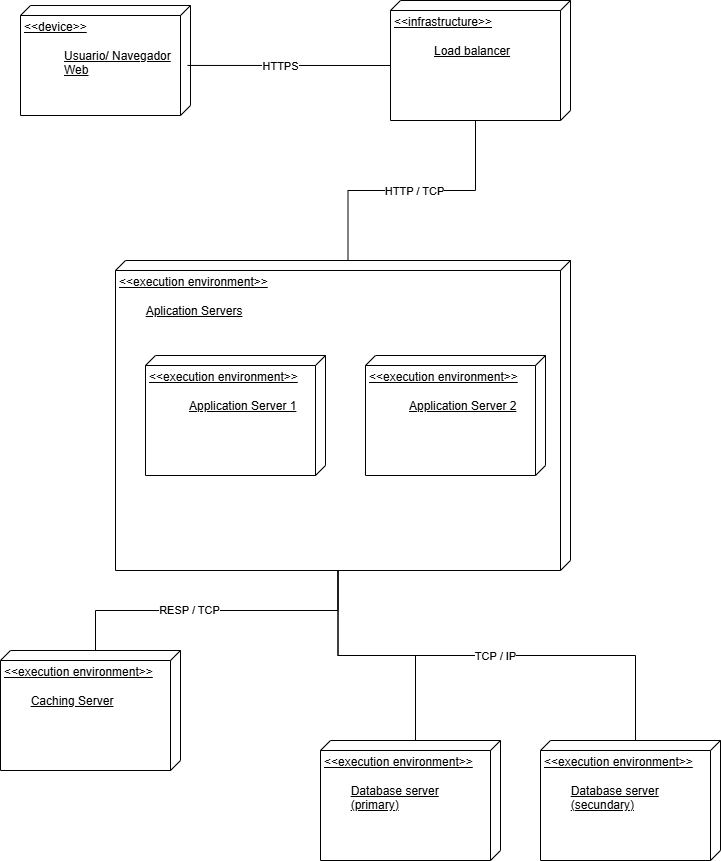
Before: pruebas/prueba8/Fleet/Fleet deployment diagram.drawio.png, a diagram exported from draw.io (anderesor-star/pruebas). Source tidied: cells renumbered, new cells last; positions are measured from the earlier drawing's top-left corner, leaving out a move shared by most shapes. Its diagram source:
```xml
<mxGraphModel>
  <root>
    <mxCell id="0" />
    <mxCell id="1" parent="0" />
    <mxCell id="2" value="&amp;lt;&amp;lt;device&amp;gt;&amp;gt;&lt;div&gt;&lt;br&gt;&lt;/div&gt;&lt;blockquote style=&quot;margin: 0 0 0 40px; border: none; padding: 0px;&quot;&gt;&lt;div style=&quot;&quot;&gt;Usuario/ Navegador Web&lt;/div&gt;&lt;/blockquote&gt;" style="verticalAlign=top;align=left;spacingTop=8;spacingLeft=2;spacingRight=12;shape=cube;size=10;direction=south;fontStyle=4;html=1;whiteSpace=wrap;" parent="1" vertex="1">
      <mxGeometry x="20" y="5" width="170" height="110" as="geometry" />
    </mxCell>
    <mxCell id="3" value="&amp;lt;&amp;lt;infrastructure&amp;gt;&amp;gt;&lt;div&gt;&lt;br&gt;&lt;/div&gt;&lt;blockquote style=&quot;margin: 0 0 0 40px; border: none; padding: 0px;&quot;&gt;&lt;div&gt;Load balancer&lt;/div&gt;&lt;/blockquote&gt;" style="verticalAlign=top;align=left;spacingTop=8;spacingLeft=2;spacingRight=12;shape=cube;size=10;direction=south;fontStyle=4;html=1;whiteSpace=wrap;" parent="1" vertex="1">
      <mxGeometry x="390" width="180" height="120" as="geometry" />
    </mxCell>
    <mxCell id="4" style="edgeStyle=orthogonalEdgeStyle;rounded=0;jettySize=auto;html=1;exitX=0.545;exitY=0.018;exitDx=0;exitDy=0;exitPerimeter=0;entryX=0;entryY=0;entryDx=65;entryDy=180;entryPerimeter=0;endArrow=none;endFill=0;" parent="1" edge="1" source="2" target="3">
      <mxGeometry relative="1" as="geometry" />
    </mxCell>
    <mxCell id="5" value="HTTPS" style="edgeLabel;html=1;align=center;verticalAlign=middle;" parent="4" vertex="1">
      <mxGeometry x="-0.08" y="-1" relative="1" as="geometry" />
    </mxCell>
    <mxCell id="6" style="group;" parent="1" vertex="1">
      <mxGeometry x="115" y="260" width="455" height="310" as="geometry" />
    </mxCell>
    <mxCell id="7" value="&amp;lt;&amp;lt;execution environment&amp;gt;&amp;gt;&lt;div&gt;&lt;br&gt;&lt;/div&gt;&lt;div&gt;&lt;span style=&quot;white-space: pre;&quot;&gt;&#9;&lt;/span&gt;Aplication Servers&lt;br&gt;&lt;/div&gt;" style="verticalAlign=top;align=left;spacingTop=8;spacingLeft=2;spacingRight=12;shape=cube;size=10;direction=south;fontStyle=4;html=1;whiteSpace=wrap;" parent="6" vertex="1">
      <mxGeometry width="455" height="310" as="geometry" />
    </mxCell>
    <mxCell id="8" value="&amp;lt;&amp;lt;execution environment&amp;gt;&amp;gt;&lt;div&gt;&lt;br&gt;&lt;/div&gt;&lt;blockquote style=&quot;margin: 0 0 0 40px; border: none; padding: 0px;&quot;&gt;&lt;div&gt;Application Server 1&lt;/div&gt;&lt;/blockquote&gt;" style="verticalAlign=top;align=left;spacingTop=8;spacingLeft=2;spacingRight=12;shape=cube;size=10;direction=south;fontStyle=4;html=1;whiteSpace=wrap;" parent="6" vertex="1">
      <mxGeometry x="30" y="95" width="180" height="120" as="geometry" />
    </mxCell>
    <mxCell id="9" value="&amp;lt;&amp;lt;execution environment&amp;gt;&amp;gt;&lt;div&gt;&lt;br&gt;&lt;/div&gt;&lt;blockquote style=&quot;margin: 0 0 0 40px; border: none; padding: 0px;&quot;&gt;&lt;div&gt;Application Server 2&lt;/div&gt;&lt;/blockquote&gt;" style="verticalAlign=top;align=left;spacingTop=8;spacingLeft=2;spacingRight=12;shape=cube;size=10;direction=south;fontStyle=4;html=1;whiteSpace=wrap;" parent="6" vertex="1">
      <mxGeometry x="250" y="95" width="180" height="120" as="geometry" />
    </mxCell>
    <mxCell id="10" value="&amp;lt;&amp;lt;execution environment&amp;gt;&amp;gt;&lt;div&gt;&lt;br&gt;&lt;/div&gt;&lt;div&gt;&lt;span style=&quot;white-space: pre;&quot;&gt;&#9;&lt;/span&gt;&lt;span style=&quot;background-color: transparent; color: light-dark(rgb(0, 0, 0), rgb(255, 255, 255));&quot;&gt;Caching Server&lt;/span&gt;&lt;br&gt;&lt;/div&gt;" style="verticalAlign=top;align=left;spacingTop=8;spacingLeft=2;spacingRight=12;shape=cube;size=10;direction=south;fontStyle=4;html=1;whiteSpace=wrap;" parent="1" vertex="1">
      <mxGeometry y="650" width="180" height="120" as="geometry" />
    </mxCell>
    <mxCell id="11" value="&amp;lt;&amp;lt;execution environment&amp;gt;&amp;gt;&lt;div&gt;&lt;br&gt;&lt;/div&gt;&lt;div&gt;&lt;span style=&quot;white-space: pre;&quot;&gt;&#9;&lt;/span&gt;Database server&lt;br&gt;&lt;/div&gt;&lt;div&gt;&lt;span style=&quot;white-space: pre;&quot;&gt;&#9;&lt;/span&gt;(primary)&lt;br&gt;&lt;/div&gt;" style="verticalAlign=top;align=left;spacingTop=8;spacingLeft=2;spacingRight=12;shape=cube;size=10;direction=south;fontStyle=4;html=1;whiteSpace=wrap;" parent="1" vertex="1">
      <mxGeometry x="320" y="740" width="180" height="120" as="geometry" />
    </mxCell>
    <mxCell id="12" value="&amp;lt;&amp;lt;execution environment&amp;gt;&amp;gt;&lt;div&gt;&lt;br&gt;&lt;/div&gt;&lt;div&gt;&lt;span style=&quot;white-space: pre;&quot;&gt;&#9;&lt;/span&gt;Database server&lt;br&gt;&lt;/div&gt;&lt;div&gt;&lt;span style=&quot;white-space: pre;&quot;&gt;&#9;&lt;/span&gt;(secundary)&lt;br&gt;&lt;/div&gt;" style="verticalAlign=top;align=left;spacingTop=8;spacingLeft=2;spacingRight=12;shape=cube;size=10;direction=south;fontStyle=4;html=1;whiteSpace=wrap;" parent="1" vertex="1">
      <mxGeometry x="540" y="740" width="180" height="120" as="geometry" />
    </mxCell>
    <mxCell id="13" style="edgeStyle=orthogonalEdgeStyle;rounded=0;jettySize=auto;html=1;exitX=0;exitY=0;exitDx=310;exitDy=232.5;exitPerimeter=0;entryX=0;entryY=0;entryDx=0;entryDy=85;entryPerimeter=0;endArrow=none;endFill=0;" parent="1" edge="1" source="7" target="10">
      <mxGeometry relative="1" as="geometry" />
    </mxCell>
    <mxCell id="14" value="RESP / TCP" style="edgeLabel;html=1;align=center;verticalAlign=middle;" parent="13" vertex="1">
      <mxGeometry x="0.18" y="-1" relative="1" as="geometry">
        <mxPoint x="1" as="offset" />
      </mxGeometry>
    </mxCell>
    <mxCell id="15" style="edgeStyle=orthogonalEdgeStyle;rounded=0;jettySize=auto;html=1;exitX=0;exitY=0;exitDx=310;exitDy=232.5;exitPerimeter=0;entryX=0;entryY=0;entryDx=0;entryDy=85;entryPerimeter=0;endArrow=none;endFill=0;" parent="1" edge="1" source="7" target="11">
      <mxGeometry relative="1" as="geometry" />
    </mxCell>
    <mxCell id="16" style="edgeStyle=orthogonalEdgeStyle;rounded=0;jettySize=auto;html=1;exitX=0;exitY=0;exitDx=310;exitDy=232.5;exitPerimeter=0;entryX=0;entryY=0;entryDx=0;entryDy=85;entryPerimeter=0;endArrow=none;endFill=0;" parent="1" edge="1" source="7" target="12">
      <mxGeometry relative="1" as="geometry" />
    </mxCell>
    <mxCell id="17" value="TCP / IP" style="edgeLabel;html=1;align=center;verticalAlign=middle;" parent="16" vertex="1">
      <mxGeometry x="0.03" y="-2" relative="1" as="geometry">
        <mxPoint y="-2" as="offset" />
      </mxGeometry>
    </mxCell>
    <mxCell id="18" style="edgeStyle=orthogonalEdgeStyle;rounded=0;jettySize=auto;html=1;exitX=0;exitY=0;exitDx=120;exitDy=95;exitPerimeter=0;entryX=0;entryY=0;entryDx=0;entryDy=222.5;entryPerimeter=0;endArrow=none;endFill=0;" parent="1" edge="1" source="3" target="7">
      <mxGeometry relative="1" as="geometry" />
    </mxCell>
    <mxCell id="19" value="HTTP / TCP" style="edgeLabel;html=1;align=center;verticalAlign=middle;" parent="18" vertex="1">
      <mxGeometry x="-0.01" relative="1" as="geometry" />
    </mxCell>
  </root>
</mxGraphModel>
```
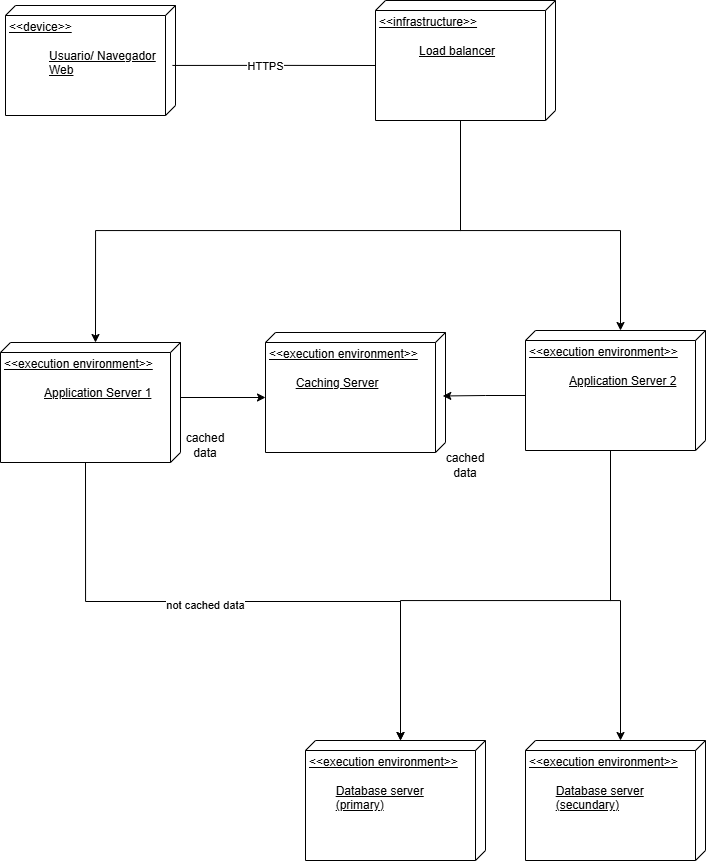
After the change.

Change to the diagram source:
```diff
@@ -14,20 +14,8 @@
     <mxCell id="5" value="HTTPS" style="edgeLabel;html=1;align=center;verticalAlign=middle;" parent="4" vertex="1">
       <mxGeometry x="-0.08" y="-1" relative="1" as="geometry" />
     </mxCell>
-    <mxCell id="6" style="group;" parent="1" vertex="1">
-      <mxGeometry x="115" y="260" width="455" height="310" as="geometry" />
-    </mxCell>
-    <mxCell id="7" value="&amp;lt;&amp;lt;execution environment&amp;gt;&amp;gt;&lt;div&gt;&lt;br&gt;&lt;/div&gt;&lt;div&gt;&lt;span style=&quot;white-space: pre;&quot;&gt;&#9;&lt;/span&gt;Aplication Servers&lt;br&gt;&lt;/div&gt;" style="verticalAlign=top;align=left;spacingTop=8;spacingLeft=2;spacingRight=12;shape=cube;size=10;direction=south;fontStyle=4;html=1;whiteSpace=wrap;" parent="6" vertex="1">
-      <mxGeometry width="455" height="310" as="geometry" />
-    </mxCell>
-    <mxCell id="8" value="&amp;lt;&amp;lt;execution environment&amp;gt;&amp;gt;&lt;div&gt;&lt;br&gt;&lt;/div&gt;&lt;blockquote style=&quot;margin: 0 0 0 40px; border: none; padding: 0px;&quot;&gt;&lt;div&gt;Application Server 1&lt;/div&gt;&lt;/blockquote&gt;" style="verticalAlign=top;align=left;spacingTop=8;spacingLeft=2;spacingRight=12;shape=cube;size=10;direction=south;fontStyle=4;html=1;whiteSpace=wrap;" parent="6" vertex="1">
-      <mxGeometry x="30" y="95" width="180" height="120" as="geometry" />
-    </mxCell>
-    <mxCell id="9" value="&amp;lt;&amp;lt;execution environment&amp;gt;&amp;gt;&lt;div&gt;&lt;br&gt;&lt;/div&gt;&lt;blockquote style=&quot;margin: 0 0 0 40px; border: none; padding: 0px;&quot;&gt;&lt;div&gt;Application Server 2&lt;/div&gt;&lt;/blockquote&gt;" style="verticalAlign=top;align=left;spacingTop=8;spacingLeft=2;spacingRight=12;shape=cube;size=10;direction=south;fontStyle=4;html=1;whiteSpace=wrap;" parent="6" vertex="1">
-      <mxGeometry x="250" y="95" width="180" height="120" as="geometry" />
-    </mxCell>
     <mxCell id="10" value="&amp;lt;&amp;lt;execution environment&amp;gt;&amp;gt;&lt;div&gt;&lt;br&gt;&lt;/div&gt;&lt;div&gt;&lt;span style=&quot;white-space: pre;&quot;&gt;&#9;&lt;/span&gt;&lt;span style=&quot;background-color: transparent; color: light-dark(rgb(0, 0, 0), rgb(255, 255, 255));&quot;&gt;Caching Server&lt;/span&gt;&lt;br&gt;&lt;/div&gt;" style="verticalAlign=top;align=left;spacingTop=8;spacingLeft=2;spacingRight=12;shape=cube;size=10;direction=south;fontStyle=4;html=1;whiteSpace=wrap;" parent="1" vertex="1">
-      <mxGeometry y="650" width="180" height="120" as="geometry" />
+      <mxGeometry x="280" y="332" width="180" height="120" as="geometry" />
     </mxCell>
     <mxCell id="11" value="&amp;lt;&amp;lt;execution environment&amp;gt;&amp;gt;&lt;div&gt;&lt;br&gt;&lt;/div&gt;&lt;div&gt;&lt;span style=&quot;white-space: pre;&quot;&gt;&#9;&lt;/span&gt;Database server&lt;br&gt;&lt;/div&gt;&lt;div&gt;&lt;span style=&quot;white-space: pre;&quot;&gt;&#9;&lt;/span&gt;(primary)&lt;br&gt;&lt;/div&gt;" style="verticalAlign=top;align=left;spacingTop=8;spacingLeft=2;spacingRight=12;shape=cube;size=10;direction=south;fontStyle=4;html=1;whiteSpace=wrap;" parent="1" vertex="1">
       <mxGeometry x="320" y="740" width="180" height="120" as="geometry" />
@@ -35,30 +23,62 @@
     <mxCell id="12" value="&amp;lt;&amp;lt;execution environment&amp;gt;&amp;gt;&lt;div&gt;&lt;br&gt;&lt;/div&gt;&lt;div&gt;&lt;span style=&quot;white-space: pre;&quot;&gt;&#9;&lt;/span&gt;Database server&lt;br&gt;&lt;/div&gt;&lt;div&gt;&lt;span style=&quot;white-space: pre;&quot;&gt;&#9;&lt;/span&gt;(secundary)&lt;br&gt;&lt;/div&gt;" style="verticalAlign=top;align=left;spacingTop=8;spacingLeft=2;spacingRight=12;shape=cube;size=10;direction=south;fontStyle=4;html=1;whiteSpace=wrap;" parent="1" vertex="1">
       <mxGeometry x="540" y="740" width="180" height="120" as="geometry" />
     </mxCell>
-    <mxCell id="13" style="edgeStyle=orthogonalEdgeStyle;rounded=0;jettySize=auto;html=1;exitX=0;exitY=0;exitDx=310;exitDy=232.5;exitPerimeter=0;entryX=0;entryY=0;entryDx=0;entryDy=85;entryPerimeter=0;endArrow=none;endFill=0;" parent="1" edge="1" source="7" target="10">
-      <mxGeometry relative="1" as="geometry" />
-    </mxCell>
-    <mxCell id="14" value="RESP / TCP" style="edgeLabel;html=1;align=center;verticalAlign=middle;" parent="13" vertex="1">
-      <mxGeometry x="0.18" y="-1" relative="1" as="geometry">
-        <mxPoint x="1" as="offset" />
-      </mxGeometry>
-    </mxCell>
-    <mxCell id="15" style="edgeStyle=orthogonalEdgeStyle;rounded=0;jettySize=auto;html=1;exitX=0;exitY=0;exitDx=310;exitDy=232.5;exitPerimeter=0;entryX=0;entryY=0;entryDx=0;entryDy=85;entryPerimeter=0;endArrow=none;endFill=0;" parent="1" edge="1" source="7" target="11">
-      <mxGeometry relative="1" as="geometry" />
-    </mxCell>
-    <mxCell id="16" style="edgeStyle=orthogonalEdgeStyle;rounded=0;jettySize=auto;html=1;exitX=0;exitY=0;exitDx=310;exitDy=232.5;exitPerimeter=0;entryX=0;entryY=0;entryDx=0;entryDy=85;entryPerimeter=0;endArrow=none;endFill=0;" parent="1" edge="1" source="7" target="12">
-      <mxGeometry relative="1" as="geometry" />
-    </mxCell>
-    <mxCell id="17" value="TCP / IP" style="edgeLabel;html=1;align=center;verticalAlign=middle;" parent="16" vertex="1">
-      <mxGeometry x="0.03" y="-2" relative="1" as="geometry">
-        <mxPoint y="-2" as="offset" />
-      </mxGeometry>
-    </mxCell>
-    <mxCell id="18" style="edgeStyle=orthogonalEdgeStyle;rounded=0;jettySize=auto;html=1;exitX=0;exitY=0;exitDx=120;exitDy=95;exitPerimeter=0;entryX=0;entryY=0;entryDx=0;entryDy=222.5;entryPerimeter=0;endArrow=none;endFill=0;" parent="1" edge="1" source="3" target="7">
-      <mxGeometry relative="1" as="geometry" />
-    </mxCell>
-    <mxCell id="19" value="HTTP / TCP" style="edgeLabel;html=1;align=center;verticalAlign=middle;" parent="18" vertex="1">
-      <mxGeometry x="-0.01" relative="1" as="geometry" />
-    </mxCell>
+    <mxCell id="8" value="&amp;lt;&amp;lt;execution environment&amp;gt;&amp;gt;&lt;div&gt;&lt;br&gt;&lt;/div&gt;&lt;blockquote style=&quot;margin: 0 0 0 40px; border: none; padding: 0px;&quot;&gt;&lt;div&gt;Application Server 1&lt;/div&gt;&lt;/blockquote&gt;" style="verticalAlign=top;align=left;spacingTop=8;spacingLeft=2;spacingRight=12;shape=cube;size=10;direction=south;fontStyle=4;html=1;whiteSpace=wrap;" parent="1" vertex="1">
+      <mxGeometry x="15" y="342" width="180" height="120" as="geometry" />
+    </mxCell>
+    <mxCell id="9" value="&amp;lt;&amp;lt;execution environment&amp;gt;&amp;gt;&lt;div&gt;&lt;br&gt;&lt;/div&gt;&lt;blockquote style=&quot;margin: 0 0 0 40px; border: none; padding: 0px;&quot;&gt;&lt;div&gt;Application Server 2&lt;/div&gt;&lt;/blockquote&gt;" style="verticalAlign=top;align=left;spacingTop=8;spacingLeft=2;spacingRight=12;shape=cube;size=10;direction=south;fontStyle=4;html=1;whiteSpace=wrap;" parent="1" vertex="1">
+      <mxGeometry x="540" y="330" width="180" height="120" as="geometry" />
+    </mxCell>
+    <mxCell id="20" style="edgeStyle=orthogonalEdgeStyle;rounded=0;jettySize=auto;html=1;exitX=0;exitY=0;exitDx=120;exitDy=95;exitPerimeter=0;entryX=0;entryY=0;entryDx=0;entryDy=85;entryPerimeter=0;" parent="1" edge="1" target="8">
+      <mxGeometry relative="1" as="geometry">
+        <mxPoint x="475" y="140" as="sourcePoint" />
+        <Array as="points">
+          <mxPoint x="475" y="230" />
+          <mxPoint x="110" y="230" />
+        </Array>
+      </mxGeometry>
+    </mxCell>
+    <mxCell id="21" style="edgeStyle=orthogonalEdgeStyle;rounded=0;jettySize=auto;html=1;exitX=0;exitY=0;exitDx=120;exitDy=95;exitPerimeter=0;entryX=0;entryY=0;entryDx=0;entryDy=85;entryPerimeter=0;" parent="1" edge="1" source="3" target="9">
+      <mxGeometry relative="1" as="geometry">
+        <Array as="points">
+          <mxPoint x="475" y="230" />
+          <mxPoint x="635" y="230" />
+        </Array>
+      </mxGeometry>
+    </mxCell>
+    <mxCell id="22" style="edgeStyle=orthogonalEdgeStyle;rounded=0;jettySize=auto;html=1;exitX=0;exitY=0;exitDx=65;exitDy=180;exitPerimeter=0;entryX=0.529;entryY=0.015;entryDx=0;entryDy=0;entryPerimeter=0;" parent="1" edge="1" source="9" target="10">
+      <mxGeometry relative="1" as="geometry" />
+    </mxCell>
+    <mxCell id="23" style="edgeStyle=orthogonalEdgeStyle;rounded=0;jettySize=auto;html=1;exitX=0;exitY=0;exitDx=55;exitDy=0;exitPerimeter=0;entryX=0;entryY=0;entryDx=65;entryDy=180;entryPerimeter=0;" parent="1" edge="1" source="8" target="10">
+      <mxGeometry relative="1" as="geometry" />
+    </mxCell>
+    <mxCell id="24" style="edgeStyle=orthogonalEdgeStyle;rounded=0;jettySize=auto;html=1;exitX=0;exitY=0;exitDx=120;exitDy=95;exitPerimeter=0;entryX=0;entryY=0;entryDx=0;entryDy=85;entryPerimeter=0;" parent="1" edge="1" source="9" target="12">
+      <mxGeometry relative="1" as="geometry">
+        <Array as="points">
+          <mxPoint x="625" y="600" />
+          <mxPoint x="635" y="600" />
+        </Array>
+      </mxGeometry>
+    </mxCell>
+    <mxCell id="25" style="edgeStyle=orthogonalEdgeStyle;rounded=0;jettySize=auto;html=1;exitX=0;exitY=0;exitDx=120;exitDy=95;exitPerimeter=0;entryX=0;entryY=0;entryDx=0;entryDy=85;entryPerimeter=0;" parent="1" edge="1" source="8" target="11">
+      <mxGeometry relative="1" as="geometry" />
+    </mxCell>
+    <mxCell id="26" value="not cached data" style="edgeLabel;html=1;align=center;verticalAlign=middle;" parent="25" vertex="1">
+      <mxGeometry x="-0.13" y="-3" relative="1" as="geometry" />
+    </mxCell>
+    <mxCell id="27" style="edgeStyle=orthogonalEdgeStyle;rounded=0;jettySize=auto;html=1;exitX=0;exitY=0;exitDx=120;exitDy=95;exitPerimeter=0;entryX=0;entryY=0;entryDx=0;entryDy=85;entryPerimeter=0;" parent="1" edge="1" source="9" target="11">
+      <mxGeometry relative="1" as="geometry">
+        <Array as="points">
+          <mxPoint x="625" y="600" />
+          <mxPoint x="415" y="600" />
+        </Array>
+      </mxGeometry>
+    </mxCell>
+    <mxCell id="28" value="cached data" style="text;html=1;whiteSpace=wrap;strokeColor=none;fillColor=none;align=center;verticalAlign=middle;rounded=0;" parent="1" vertex="1">
+      <mxGeometry x="450" y="450" width="60" height="30" as="geometry" />
+    </mxCell>
+    <mxCell id="29" value="cached data" style="text;html=1;whiteSpace=wrap;strokeColor=none;fillColor=none;align=center;verticalAlign=middle;rounded=0;" parent="1" vertex="1">
+      <mxGeometry x="190" y="430" width="60" height="30" as="geometry" />
+    </mxCell>
   </root>
 </mxGraphModel>
```
